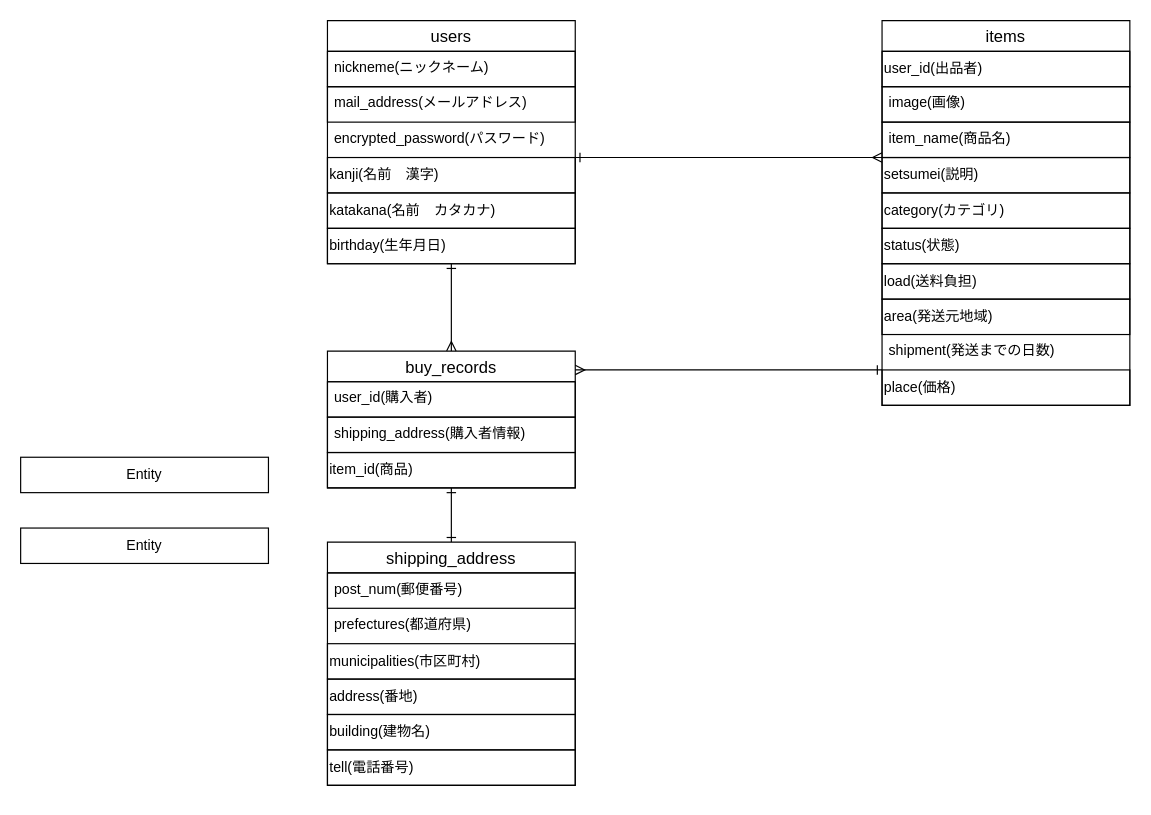
ko-4/furima-38289 keeps this draw.io diagram as furima.dio. Above is the earlier version. Source tidied: cells renumbered, new cells numbered last; positions are measured from the earlier drawing's top-left corner, leaving out a move shared by most shapes. Both pictures are drawn from the tidied source at 118%, with x=0, y=0 at pixel (20, 20).
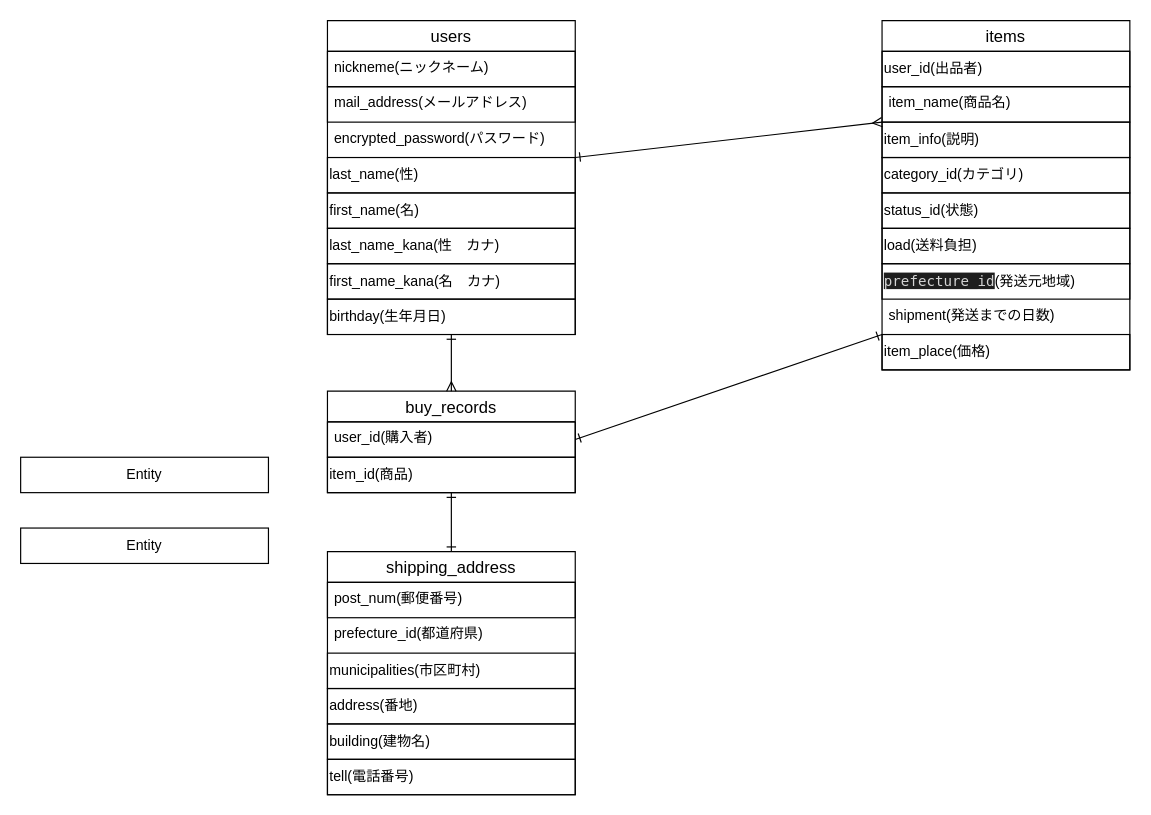
After the change.

Commit message (it also covers changes not shown here):
テーブル設計-2

Unchanged cells that the change refers to:
```xml
<mxCell id="32" value="user_id(購入者)" style="text;strokeColor=default;fillColor=none;spacingLeft=4;spacingRight=4;overflow=hidden;points=[[0,0.5],[1,0.5]];portConstraint=eastwest;fontSize=12;" parent="31" vertex="1">
  <mxGeometry y="26" width="210" height="30" as="geometry" />
</mxCell>
```

Diff of the diagram source:
```diff
@@
     <mxCell id="3" value="shipping_address" style="swimlane;fontStyle=0;horizontal=1;startSize=26;align=center;fontSize=14;" parent="1" vertex="1">
-      <mxGeometry x="260" y="442" width="210" height="206" as="geometry" />
+      <mxGeometry x="260" y="450" width="210" height="206" as="geometry" />
     </mxCell>
@@
-    <mxCell id="5" value="prefectures(都道府県)" style="text;strokeColor=none;fillColor=none;spacingLeft=4;spacingRight=4;overflow=hidden;fontSize=12;" parent="3" vertex="1">
+    <mxCell id="5" value="prefecture_id(都道府県)" style="text;strokeColor=none;fillColor=none;spacingLeft=4;spacingRight=4;overflow=hidden;fontSize=12;" parent="3" vertex="1">
       <mxGeometry y="56" width="210" height="30" as="geometry" />
     </mxCell>
@@
     <mxCell id="10" value="users" style="swimlane;fontStyle=0;horizontal=1;startSize=26;align=center;fontSize=14;labelBorderColor=none;" parent="1" vertex="1">
-      <mxGeometry x="260" width="210" height="206" as="geometry" />
+      <mxGeometry x="260" width="210" height="266" as="geometry" />
     </mxCell>
@@
-    <mxCell id="14" value="kanji(名前　漢字)" style="whiteSpace=wrap;html=1;align=left;labelBorderColor=none;labelBackgroundColor=default;fillColor=none;" parent="10" vertex="1">
+    <mxCell id="14" value="last_name(性)" style="whiteSpace=wrap;html=1;align=left;labelBorderColor=none;labelBackgroundColor=default;fillColor=none;" parent="10" vertex="1">
       <mxGeometry y="116" width="210" height="30" as="geometry" />
     </mxCell>
-    <mxCell id="15" value="katakana(名前　カタカナ)" style="whiteSpace=wrap;html=1;align=left;labelBorderColor=none;fillColor=none;" parent="10" vertex="1">
+    <mxCell id="15" value="first_name(名)" style="whiteSpace=wrap;html=1;align=left;labelBorderColor=none;fillColor=none;" parent="10" vertex="1">
       <mxGeometry y="146" width="210" height="30" as="geometry" />
     </mxCell>
+    <mxCell id="37" value="last_name_kana(性　カナ)" style="whiteSpace=wrap;html=1;align=left;labelBorderColor=none;labelBackgroundColor=default;fillColor=none;" parent="10" vertex="1">
+      <mxGeometry y="176" width="210" height="30" as="geometry" />
+    </mxCell>
+    <mxCell id="38" value="first_name_kana(名　カナ)" style="whiteSpace=wrap;html=1;align=left;labelBorderColor=none;labelBackgroundColor=default;fillColor=none;" parent="10" vertex="1">
+      <mxGeometry y="206" width="210" height="30" as="geometry" />
+    </mxCell>
     <mxCell id="16" value="birthday(生年月日)" style="whiteSpace=wrap;html=1;align=left;labelBorderColor=none;fillColor=none;" parent="10" vertex="1">
-      <mxGeometry y="176" width="210" height="30" as="geometry" />
+      <mxGeometry y="236" width="210" height="30" as="geometry" />
     </mxCell>
     <mxCell id="17" value="items" style="swimlane;fontStyle=0;horizontal=1;startSize=26;align=center;fontSize=14;labelBorderColor=none;" parent="1" vertex="1">
-      <mxGeometry x="730" width="210" height="326" as="geometry" />
+      <mxGeometry x="730" width="210" height="296" as="geometry" />
     </mxCell>
@@
-    <mxCell id="19" value="image(画像)" style="text;strokeColor=default;fillColor=none;spacingLeft=4;spacingRight=4;overflow=hidden;fontSize=12;labelBorderColor=none;" parent="17" vertex="1">
-      <mxGeometry y="56" width="210" height="30" as="geometry" />
-    </mxCell>
     <mxCell id="20" value="item_name(商品名)" style="text;strokeColor=default;fillColor=none;spacingLeft=4;spacingRight=4;overflow=hidden;fontSize=12;labelBorderColor=none;" parent="17" vertex="1">
-      <mxGeometry y="86" width="210" height="30" as="geometry" />
+      <mxGeometry y="56" width="210" height="30" as="geometry" />
     </mxCell>
-    <mxCell id="21" value="setsumei(説明)" style="whiteSpace=wrap;html=1;align=left;strokeColor=default;fillColor=none;" parent="17" vertex="1">
-      <mxGeometry y="116" width="210" height="30" as="geometry" />
+    <mxCell id="21" value="item_info(説明)" style="whiteSpace=wrap;html=1;align=left;strokeColor=default;fillColor=none;" parent="17" vertex="1">
+      <mxGeometry y="86" width="210" height="30" as="geometry" />
     </mxCell>
-    <mxCell id="22" value="category(カテゴリ)" style="whiteSpace=wrap;html=1;align=left;strokeColor=default;fillColor=none;" parent="17" vertex="1">
-      <mxGeometry y="146" width="210" height="30" as="geometry" />
+    <mxCell id="22" value="category_id(カテゴリ)" style="whiteSpace=wrap;html=1;align=left;strokeColor=default;fillColor=none;" parent="17" vertex="1">
+      <mxGeometry y="116" width="210" height="30" as="geometry" />
     </mxCell>
-    <mxCell id="23" value="status(状態)" style="whiteSpace=wrap;html=1;align=left;strokeColor=default;fillColor=none;" parent="17" vertex="1">
-      <mxGeometry y="176" width="210" height="30" as="geometry" />
+    <mxCell id="23" value="status_id(状態)" style="whiteSpace=wrap;html=1;align=left;strokeColor=default;fillColor=none;" parent="17" vertex="1">
+      <mxGeometry y="146" width="210" height="30" as="geometry" />
     </mxCell>
     <mxCell id="24" value="load(送料負担)" style="whiteSpace=wrap;html=1;align=left;strokeColor=default;fillColor=none;" parent="17" vertex="1">
-      <mxGeometry y="206" width="210" height="30" as="geometry" />
+      <mxGeometry y="176" width="210" height="30" as="geometry" />
     </mxCell>
-    <mxCell id="25" value="area(発送元地域)" style="whiteSpace=wrap;html=1;align=left;strokeColor=default;fillColor=none;" parent="17" vertex="1">
-      <mxGeometry y="236" width="210" height="30" as="geometry" />
+    <mxCell id="25" value="&lt;span style=&quot;background-color: rgb(30 , 30 , 30) ; color: rgb(212 , 212 , 212) ; font-family: &amp;#34;menlo&amp;#34; , &amp;#34;monaco&amp;#34; , &amp;#34;courier new&amp;#34; , monospace&quot;&gt;prefecture_id&lt;/span&gt;(発送元地域)" style="whiteSpace=wrap;html=1;align=left;strokeColor=default;fillColor=none;" parent="17" vertex="1">
+      <mxGeometry y="206" width="210" height="30" as="geometry" />
     </mxCell>
     <mxCell id="26" value="shipment(発送までの日数)" style="text;strokeColor=none;fillColor=none;spacingLeft=4;spacingRight=4;overflow=hidden;fontSize=12;labelBorderColor=none;" parent="17" vertex="1">
-      <mxGeometry y="266" width="210" height="30" as="geometry" />
+      <mxGeometry y="236" width="210" height="30" as="geometry" />
     </mxCell>
-    <mxCell id="27" value="place(価格)" style="whiteSpace=wrap;html=1;align=left;strokeColor=default;fillColor=none;" parent="17" vertex="1">
-      <mxGeometry y="296" width="210" height="30" as="geometry" />
+    <mxCell id="27" value="item_place(価格)" style="whiteSpace=wrap;html=1;align=left;strokeColor=default;fillColor=none;" parent="17" vertex="1">
+      <mxGeometry y="266" width="210" height="30" as="geometry" />
     </mxCell>
@@
     <mxCell id="31" value="buy_records" style="swimlane;fontStyle=0;horizontal=1;startSize=26;align=center;fontSize=14;fillColor=none;" parent="1" vertex="1">
-      <mxGeometry x="260" y="280" width="210" height="116" as="geometry" />
+      <mxGeometry x="260" y="314" width="210" height="86" as="geometry" />
     </mxCell>
@@
-    <mxCell id="33" value="shipping_address(購入者情報)" style="text;strokeColor=default;fillColor=none;spacingLeft=4;spacingRight=4;overflow=hidden;fontSize=12;" parent="31" vertex="1">
-      <mxGeometry y="56" width="210" height="30" as="geometry" />
-    </mxCell>
     <mxCell id="34" value="item_id(商品)" style="whiteSpace=wrap;html=1;align=left;fillColor=none;" parent="31" vertex="1">
-      <mxGeometry y="86" width="210" height="30" as="geometry" />
+      <mxGeometry y="56" width="210" height="30" as="geometry" />
     </mxCell>
@@
-    <mxCell id="36" style="edgeStyle=none;html=1;exitX=0;exitY=0;exitDx=0;exitDy=0;startArrow=ERone;startFill=0;endArrow=ERmany;endFill=0;" parent="1" edge="1" source="27">
-      <mxGeometry relative="1" as="geometry">
-        <mxPoint x="470" y="296" as="targetPoint" />
-      </mxGeometry>
+    <mxCell id="36" style="edgeStyle=none;html=1;exitX=0;exitY=0;exitDx=0;exitDy=0;startArrow=ERone;startFill=0;endArrow=ERone;endFill=0;entryX=1;entryY=0.5;entryDx=0;entryDy=0;" parent="1" edge="1" source="27" target="32">
+      <mxGeometry relative="1" as="geometry" />
     </mxCell>
```
